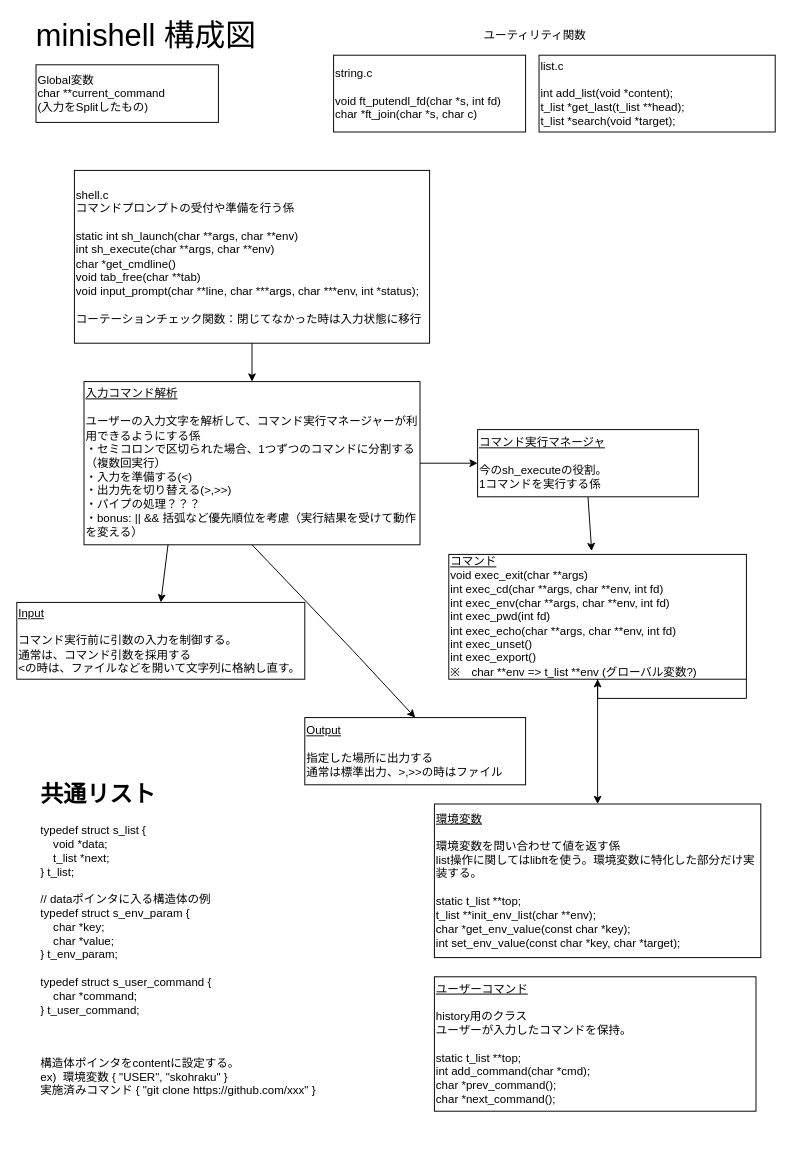
The draw.io diagram diagram.drawio in Toshiki-Nakamura/minishell, before the edit. Source tidied: cells renumbered, new cells numbered last; positions are measured from the earlier drawing's top-left corner, leaving out a move shared by most shapes. Both pictures are drawn from the tidied source at 96%, with x=0, y=0 at pixel (16, 16).
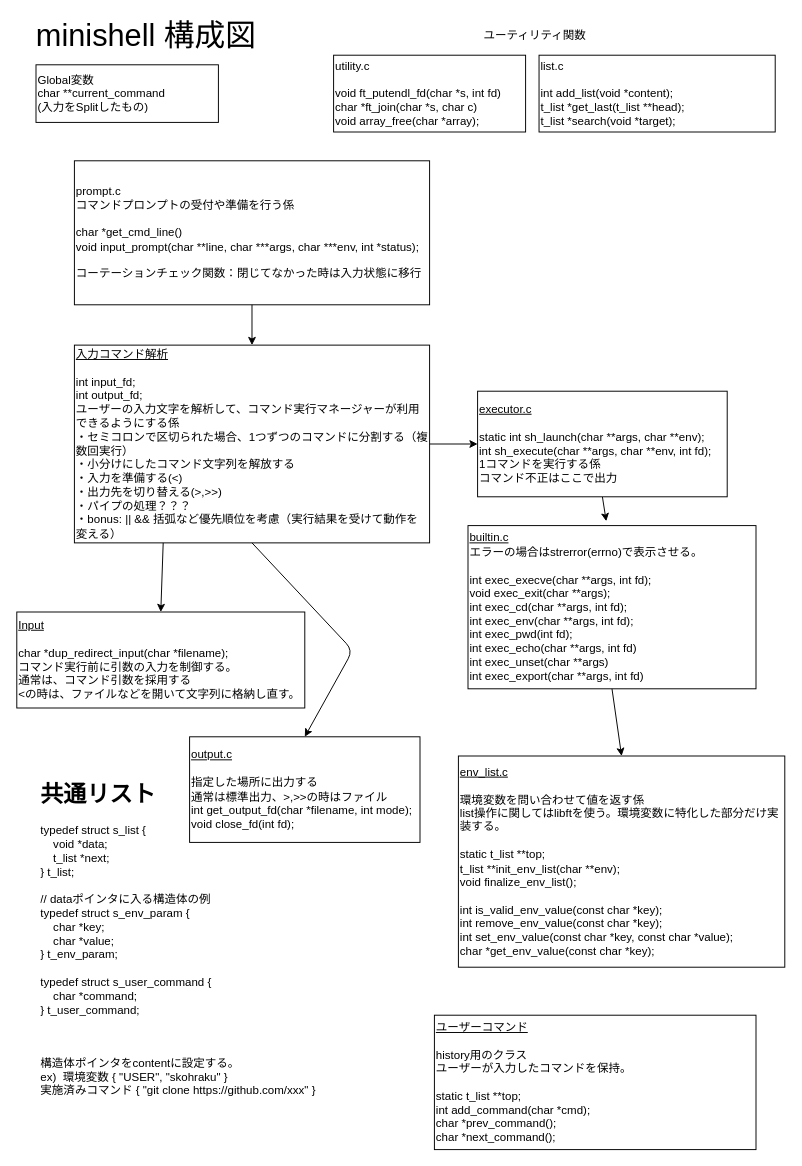
After the change.

Diff of the diagram source:
```diff
@@
-    <mxCell id="3" value="shell.c&lt;br&gt;コマンドプロンプトの受付や準備を行う係&lt;br&gt;&lt;br&gt;static int sh_launch(char **args, char **env)&lt;br&gt;int sh_execute(char **args, char **env)&lt;br&gt;char *get_cmdline()&lt;br&gt;void tab_free(char **tab)&lt;br&gt;void input_prompt(char **line, char ***args, char ***env, int *status);&lt;br&gt;&lt;br&gt;コーテーションチェック関数：閉じてなかった時は入力状態に移行" style="rounded=0;whiteSpace=wrap;html=1;align=left;" parent="1" vertex="1">
-      <mxGeometry x="60" y="160" width="370" height="180" as="geometry" />
+    <mxCell id="3" value="prompt.c&lt;br&gt;コマンドプロンプトの受付や準備を行う係&lt;br&gt;&lt;br&gt;char *get_cmd_line()&lt;br&gt;void input_prompt(char **line, char ***args, char ***env, int *status);&lt;br&gt;&lt;br&gt;コーテーションチェック関数：閉じてなかった時は入力状態に移行" style="rounded=0;whiteSpace=wrap;html=1;align=left;" parent="1" vertex="1">
+      <mxGeometry x="60" y="150" width="370" height="150" as="geometry" />
     </mxCell>
-    <mxCell id="4" value="string.c&lt;br&gt;&lt;br&gt;void ft_putendl_fd(char *s, int fd)&lt;br&gt;char *ft_join(char *s, char c)" style="rounded=0;whiteSpace=wrap;html=1;align=left;" parent="1" vertex="1">
+    <mxCell id="4" value="utility.c&lt;br&gt;&lt;br&gt;void ft_putendl_fd(char *s, int fd)&lt;br&gt;char *ft_join(char *s, char c)&lt;br&gt;void array_free(char *array);" style="rounded=0;whiteSpace=wrap;html=1;align=left;" parent="1" vertex="1">
       <mxGeometry x="330" y="40" width="200" height="80" as="geometry" />
     </mxCell>
-    <mxCell id="5" value="&lt;u&gt;コマンド&lt;br&gt;&lt;/u&gt;void exec_exit(char **args)&lt;br&gt;int exec_cd(char **args, char **env, int fd)&lt;br&gt;int exec_env(char **args, char **env, int fd)&lt;br&gt;int exec_pwd(int fd)&lt;br&gt;int exec_echo(char **args, char **env, int fd)&lt;br&gt;int exec_unset()&lt;br&gt;int exec_export()&lt;br&gt;※　char **env =&amp;gt; t_list **env (グローバル変数?)&amp;nbsp;" style="whiteSpace=wrap;html=1;align=left;" parent="1" vertex="1">
-      <mxGeometry x="450" y="560" width="310" height="130" as="geometry" />
+    <mxCell id="5" value="&lt;u&gt;builtin.c&lt;br&gt;&lt;/u&gt;エラーの場合はstrerror(errno)で表示させる。&lt;br&gt;&lt;br&gt;int exec_execve(char **args, int fd);&lt;br&gt;void exec_exit(char **args);&lt;br&gt;int exec_cd(char **args, int fd);&lt;br&gt;int exec_env(char **args, int fd);&lt;br&gt;int exec_pwd(int fd);&lt;br&gt;int exec_echo(char **args, int fd)&lt;br&gt;int exec_unset(char **args)&lt;br&gt;int exec_export(char **args, int fd)&amp;nbsp;" style="whiteSpace=wrap;html=1;align=left;" parent="1" vertex="1">
+      <mxGeometry x="470" y="530" width="300" height="170" as="geometry" />
     </mxCell>
@@
-    <mxCell id="9" value="&lt;u&gt;環境変数&lt;br&gt;&lt;/u&gt;&lt;br&gt;環境変数を問い合わせて値を返す係&lt;br&gt;list操作に関してはlibftを使う。環境変数に特化した部分だけ実装する。&lt;br&gt;&lt;br&gt;static t_list **top;&lt;br&gt;t_list **init_env_list(char **env);&lt;br&gt;char *get_env_value(const char *key);&lt;br&gt;int set_env_value(const char *key, char *target);" style="rounded=0;whiteSpace=wrap;html=1;align=left;" parent="1" vertex="1">
-      <mxGeometry x="435" y="820" width="340" height="160" as="geometry" />
+    <mxCell id="9" value="&lt;u&gt;env_list.c&lt;br&gt;&lt;/u&gt;&lt;br&gt;環境変数を問い合わせて値を返す係&lt;br&gt;list操作に関してはlibftを使う。環境変数に特化した部分だけ実装する。&lt;br&gt;&lt;br&gt;static t_list **top;&lt;br&gt;t_list **init_env_list(char **env);&lt;br&gt;void finalize_env_list();&lt;br&gt;&lt;br&gt;int is_valid_env_value(const char *key);&lt;br&gt;int remove_env_value(const char *key);&lt;br&gt;int set_env_value(const char *key, const char *value);&lt;br&gt;char *get_env_value(const char *key);" style="rounded=0;whiteSpace=wrap;html=1;align=left;" parent="1" vertex="1">
+      <mxGeometry x="460" y="770" width="340" height="220" as="geometry" />
     </mxCell>
@@
-    <mxCell id="11" value="&lt;u&gt;入力コマンド解析&lt;/u&gt;&lt;br&gt;&lt;br&gt;ユーザーの入力文字を解析して、コマンド実行マネージャーが利用できるようにする係&lt;br&gt;・セミコロンで区切られた場合、1つずつのコマンドに分割する（複数回実行）&lt;br&gt;・入力を準備する(&amp;lt;)&lt;br&gt;・出力先を切り替える(&amp;gt;,&amp;gt;&amp;gt;)&lt;br&gt;・パイプの処理？？？&lt;br&gt;・bonus: || &amp;amp;&amp;amp; 括弧など優先順位を考慮（実行結果を受けて動作を変える）" style="whiteSpace=wrap;html=1;align=left;" parent="1" vertex="1">
-      <mxGeometry x="70" y="380" width="350" height="170" as="geometry" />
+    <mxCell id="11" value="&lt;u&gt;入力コマンド解析&lt;/u&gt;&lt;br&gt;&lt;br&gt;int input_fd;&lt;br&gt;int output_fd;&lt;br&gt;ユーザーの入力文字を解析して、コマンド実行マネージャーが利用できるようにする係&lt;br&gt;・セミコロンで区切られた場合、1つずつのコマンドに分割する（複数回実行）&lt;br&gt;・小分けにしたコマンド文字列を解放する&lt;br&gt;・入力を準備する(&amp;lt;)&lt;br&gt;・出力先を切り替える(&amp;gt;,&amp;gt;&amp;gt;)&lt;br&gt;・パイプの処理？？？&lt;br&gt;・bonus: || &amp;amp;&amp;amp; 括弧など優先順位を考慮（実行結果を受けて動作を変える）" style="whiteSpace=wrap;html=1;align=left;" parent="1" vertex="1">
+      <mxGeometry x="60" y="342" width="370" height="206" as="geometry" />
     </mxCell>
-    <mxCell id="12" value="&lt;u&gt;Output&lt;/u&gt;&lt;br&gt;&lt;br&gt;指定した場所に出力する&lt;br&gt;通常は標準出力、&amp;gt;,&amp;gt;&amp;gt;の時はファイル" style="whiteSpace=wrap;html=1;align=left;" parent="1" vertex="1">
-      <mxGeometry x="300" y="730" width="230" height="70" as="geometry" />
+    <mxCell id="12" value="&lt;u&gt;output.c&lt;/u&gt;&lt;br&gt;&lt;br&gt;指定した場所に出力する&lt;br&gt;通常は標準出力、&amp;gt;,&amp;gt;&amp;gt;の時はファイル&lt;br&gt;int get_output_fd(char *filename, int mode);&lt;br&gt;void close_fd(int fd);" style="whiteSpace=wrap;html=1;align=left;" parent="1" vertex="1">
+      <mxGeometry x="180" y="750" width="240" height="110" as="geometry" />
     </mxCell>
@@
-    <mxCell id="15" value="&lt;u&gt;Input&lt;br&gt;&lt;/u&gt;&lt;br&gt;コマンド実行前に引数の入力を制御する。&lt;br&gt;通常は、コマンド引数を採用する&lt;br&gt;&amp;lt;の時は、ファイルなどを開いて文字列に格納し直す。" style="whiteSpace=wrap;html=1;align=left;" parent="1" vertex="1">
-      <mxGeometry y="610" width="300" height="80" as="geometry" />
+    <mxCell id="15" value="&lt;u&gt;Input&lt;br&gt;&lt;/u&gt;&lt;br&gt;char *dup_redirect_input(char *filename);&lt;br&gt;コマンド実行前に引数の入力を制御する。&lt;br&gt;通常は、コマンド引数を採用する&lt;br&gt;&amp;lt;の時は、ファイルなどを開いて文字列に格納し直す。" style="whiteSpace=wrap;html=1;align=left;" parent="1" vertex="1">
+      <mxGeometry y="620" width="300" height="100" as="geometry" />
     </mxCell>
-    <mxCell id="16" value="&lt;u&gt;コマンド実行マネージャ&lt;/u&gt;&lt;br&gt;&lt;br&gt;今のsh_executeの役割。&lt;br&gt;1コマンドを実行する係" style="whiteSpace=wrap;html=1;align=left;" parent="1" vertex="1">
-      <mxGeometry x="480" y="430" width="230" height="70" as="geometry" />
+    <mxCell id="16" value="&lt;u&gt;executor.c&lt;/u&gt;&lt;br&gt;&lt;br&gt;static int sh_launch(char **args, char **env);&lt;br&gt;int sh_execute(char **args, char **env, int fd);&lt;br&gt;1コマンドを実行する係&lt;br&gt;コマンド不正はここで出力" style="whiteSpace=wrap;html=1;align=left;" parent="1" vertex="1">
+      <mxGeometry x="480" y="390" width="260" height="110" as="geometry" />
     </mxCell>
@@
     <mxCell id="21" value="&lt;u&gt;ユーザーコマンド&lt;/u&gt;&lt;br&gt;&lt;br&gt;history用のクラス&lt;br&gt;ユーザーが入力したコマンドを保持。&lt;br&gt;&lt;br&gt;static t_list **top;&lt;br&gt;int add_command(char *cmd);&lt;br&gt;char *prev_command();&lt;br&gt;char *next_command();" style="whiteSpace=wrap;html=1;align=left;" parent="1" vertex="1">
-      <mxGeometry x="435" y="1000" width="335" height="140" as="geometry" />
+      <mxGeometry x="435" y="1040" width="335" height="140" as="geometry" />
     </mxCell>
-    <mxCell id="22" style="edgeStyle=orthogonalEdgeStyle;rounded=0;orthogonalLoop=1;jettySize=auto;html=1;exitX=1;exitY=1;exitDx=0;exitDy=0;fontColor=#F0F0F0;" parent="1" edge="1" source="5" target="5">
-      <mxGeometry relative="1" as="geometry" />
-    </mxCell>
```
